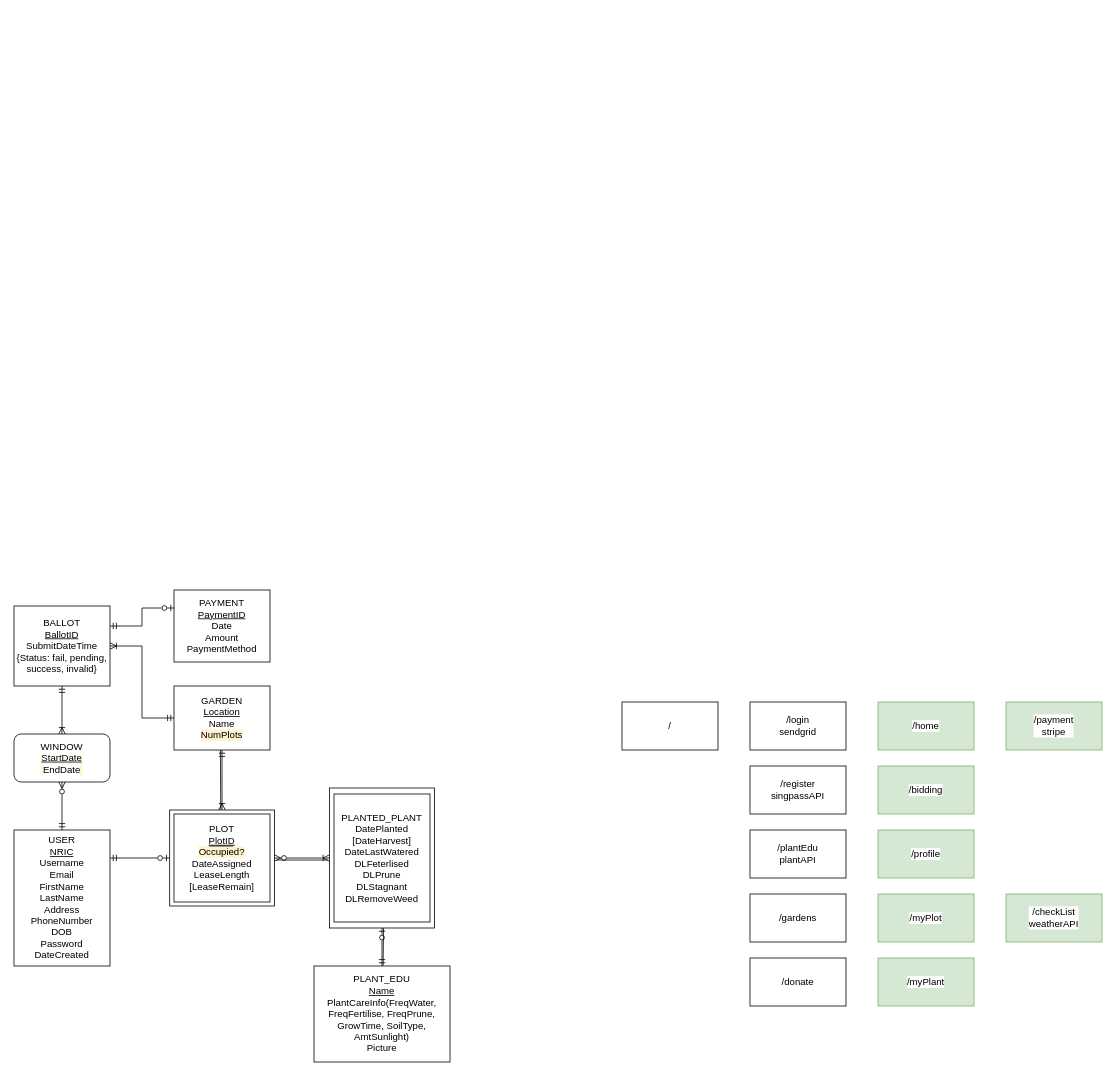
Earlier version of the draw.io diagram Project Files/ER Diagram Project.drawio (CS203-G2-T7/CS203-Project). Source tidied: cells renumbered, new cells numbered last; positions are measured from the earlier drawing's top-left corner, leaving out a move shared by most shapes. Both pictures are drawn from the tidied source at 80%, with x=0, y=0 at pixel (14, 590).
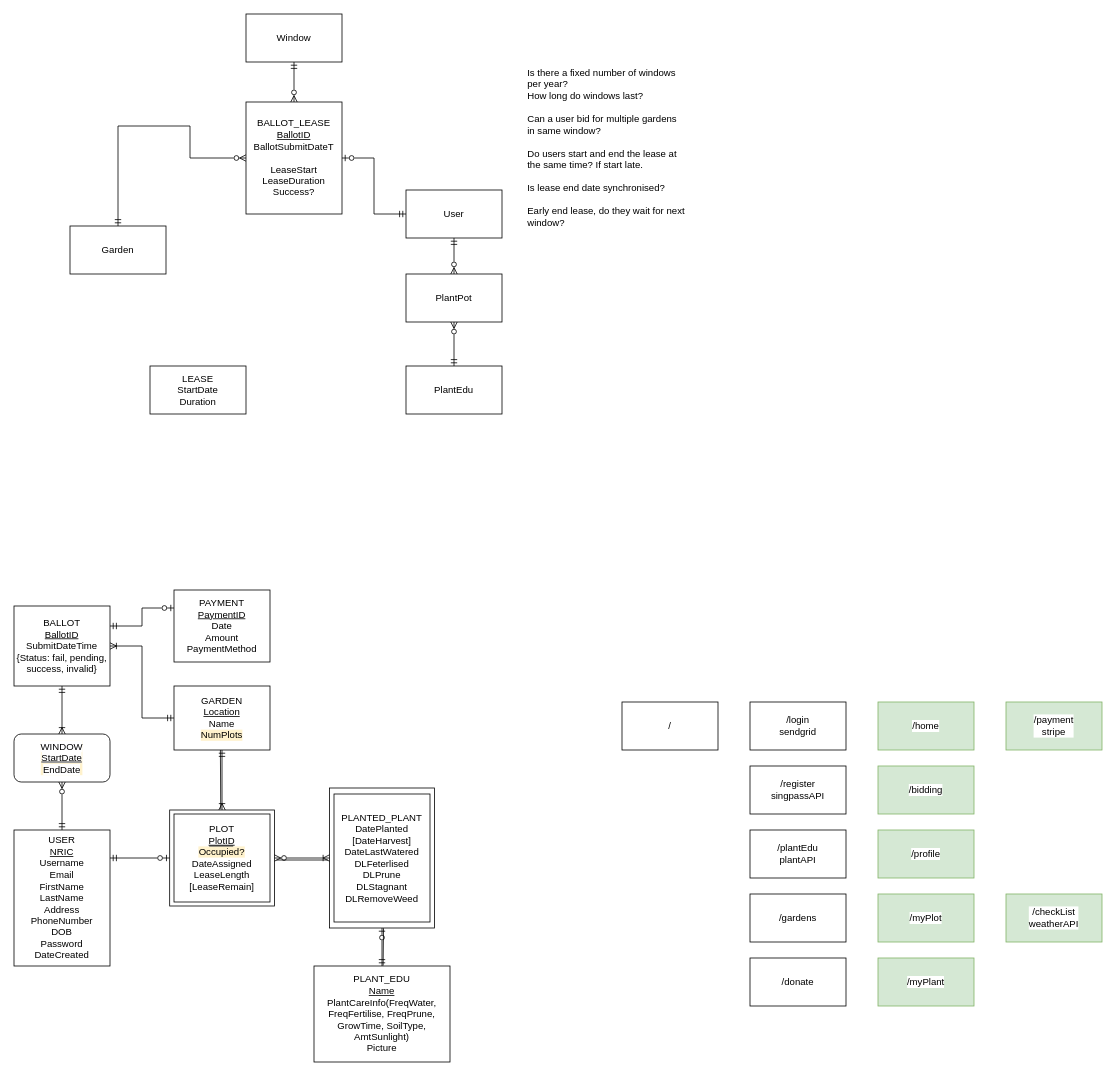
Above is the later version.

Diff of the diagram source:
```diff
@@
+    <mxCell id="37" style="edgeStyle=orthogonalEdgeStyle;rounded=0;jettySize=auto;html=1;entryX=0;entryY=0.5;entryDx=0;entryDy=0;startArrow=ERmandOne;startFill=0;endArrow=ERzeroToMany;endFill=0;" parent="1" edge="1" source="38" target="42">
+      <mxGeometry relative="1" as="geometry">
+        <Array as="points">
+          <mxPoint x="220" y="-580" />
+        </Array>
+      </mxGeometry>
+    </mxCell>
+    <mxCell id="38" value="Garden" style="rounded=0;whiteSpace=wrap;html=1;" parent="1" vertex="1">
+      <mxGeometry x="70" y="-455" width="120" height="60" as="geometry" />
+    </mxCell>
+    <mxCell id="39" style="edgeStyle=orthogonalEdgeStyle;rounded=0;jettySize=auto;html=1;entryX=1;entryY=0.5;entryDx=0;entryDy=0;startArrow=ERmandOne;startFill=0;endArrow=ERzeroToOne;endFill=0;" parent="1" edge="1" source="41" target="42">
+      <mxGeometry relative="1" as="geometry" />
+    </mxCell>
+    <mxCell id="40" style="edgeStyle=orthogonalEdgeStyle;rounded=0;jettySize=auto;html=1;startArrow=ERmandOne;startFill=0;endArrow=ERzeroToMany;endFill=0;" parent="1" edge="1" source="41" target="47">
+      <mxGeometry relative="1" as="geometry" />
+    </mxCell>
+    <mxCell id="41" value="User" style="rounded=0;whiteSpace=wrap;html=1;" parent="1" vertex="1">
+      <mxGeometry x="490" y="-500" width="120" height="60" as="geometry" />
+    </mxCell>
+    <mxCell id="42" value="BALLOT_LEASE&lt;br&gt;&lt;u&gt;BallotID&lt;br&gt;&lt;/u&gt;BallotSubmitDateT&lt;br&gt;&lt;br&gt;LeaseStart&lt;br&gt;LeaseDuration&lt;br&gt;Success?" style="rounded=0;whiteSpace=wrap;html=1;" parent="1" vertex="1">
+      <mxGeometry x="290" y="-610" width="120" height="140" as="geometry" />
+    </mxCell>
+    <mxCell id="43" style="edgeStyle=orthogonalEdgeStyle;rounded=0;jettySize=auto;html=1;entryX=0.5;entryY=0;entryDx=0;entryDy=0;startArrow=ERmandOne;startFill=0;endArrow=ERzeroToMany;endFill=0;" parent="1" edge="1" source="44" target="42">
+      <mxGeometry relative="1" as="geometry" />
+    </mxCell>
+    <mxCell id="44" value="Window" style="rounded=0;whiteSpace=wrap;html=1;" parent="1" vertex="1">
+      <mxGeometry x="290" y="-720" width="120" height="60" as="geometry" />
+    </mxCell>
+    <mxCell id="45" value="Is there a fixed number of windows per year?&lt;br&gt;How long do windows last?&lt;br&gt;&lt;br&gt;Can a user bid for multiple gardens in same window?&lt;br&gt;&lt;br&gt;Do users start and end the lease at the same time? If start late.&lt;br&gt;&lt;br&gt;Is lease end date synchronised?&lt;br&gt;&lt;br&gt;Early end lease, do they wait for next window?" style="text;html=1;strokeColor=none;fillColor=none;align=left;verticalAlign=top;whiteSpace=wrap;rounded=0;" parent="1" vertex="1">
+      <mxGeometry x="640" y="-660" width="200" height="270" as="geometry" />
+    </mxCell>
+    <mxCell id="46" value="LEASE&lt;br&gt;StartDate&lt;br&gt;Duration" style="rounded=0;whiteSpace=wrap;html=1;" parent="1" vertex="1">
+      <mxGeometry x="170" y="-280" width="120" height="60" as="geometry" />
+    </mxCell>
+    <mxCell id="47" value="PlantPot" style="rounded=0;whiteSpace=wrap;html=1;" parent="1" vertex="1">
+      <mxGeometry x="490" y="-395" width="120" height="60" as="geometry" />
+    </mxCell>
+    <mxCell id="48" style="edgeStyle=orthogonalEdgeStyle;rounded=0;jettySize=auto;html=1;entryX=0.5;entryY=1;entryDx=0;entryDy=0;startArrow=ERmandOne;startFill=0;endArrow=ERzeroToMany;endFill=0;" parent="1" edge="1" source="49" target="47">
+      <mxGeometry relative="1" as="geometry" />
+    </mxCell>
+    <mxCell id="49" value="PlantEdu" style="rounded=0;whiteSpace=wrap;html=1;" parent="1" vertex="1">
+      <mxGeometry x="490" y="-280" width="120" height="60" as="geometry" />
+    </mxCell>
```
